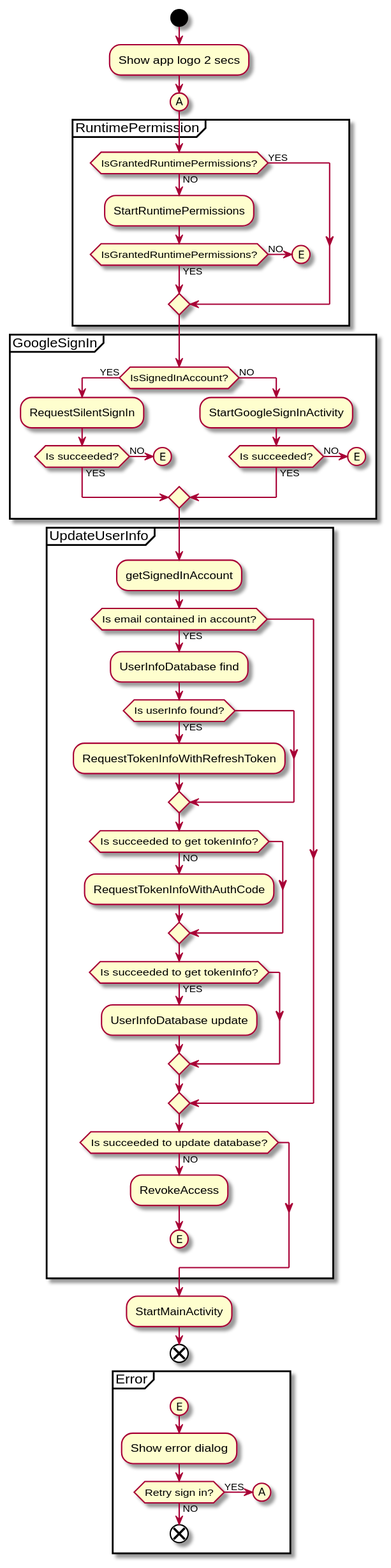
The PlantUML diagram uml/splash/activity_diagram_splash.svg in sallyluenoa/PhotoSlideShow, before a commit.
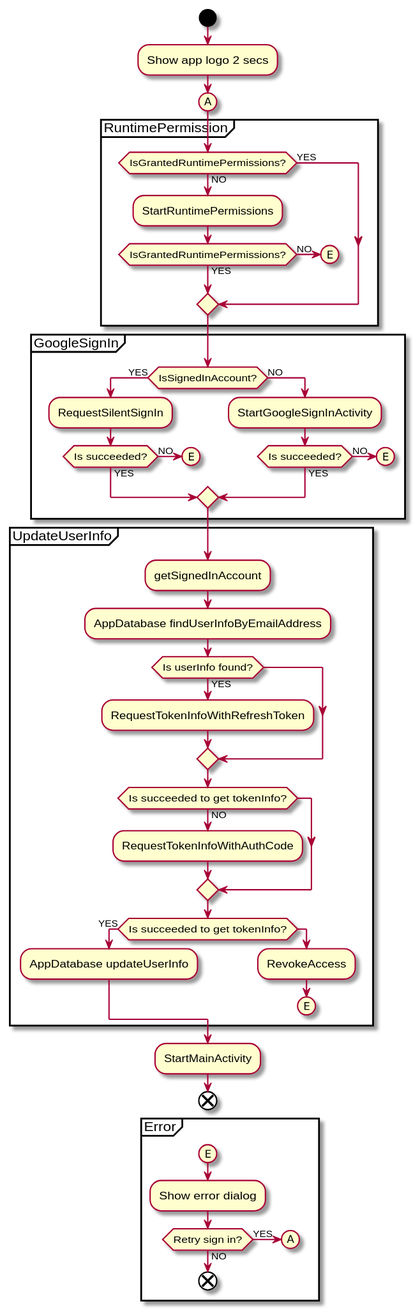
After the change.

Commit message:
Write UML for design #13

Change to the diagram source:
```diff
@@ -41,23 +41,19 @@
 partition UpdateUserInfo {
   :getSignedInAccount;
 
-  if (Is email contained in account?) then (YES)
-    :UserInfoDatabase find;
+  :AppDatabase findUserInfoByEmailAddress;
 
-    if (Is userInfo found?) then (YES)
-      :RequestTokenInfoWithRefreshToken;
-    endif
-
-    if (Is succeeded to get tokenInfo?) then (NO)
-      :RequestTokenInfoWithAuthCode;
-    endif
-
-    if (Is succeeded to get tokenInfo?) then (YES)
-      :UserInfoDatabase update;
-    endif
+  if (Is userInfo found?) then (YES)
+    :RequestTokenInfoWithRefreshToken;
   endif
 
-  if (Is succeeded to update database?) then (NO)
+  if (Is succeeded to get tokenInfo?) then (NO)
+    :RequestTokenInfoWithAuthCode;
+  endif
+
+  if (Is succeeded to get tokenInfo?) then (YES)
+    :AppDatabase updateUserInfo;
+  else
     :RevokeAccess;
     (E)
     detach
```
